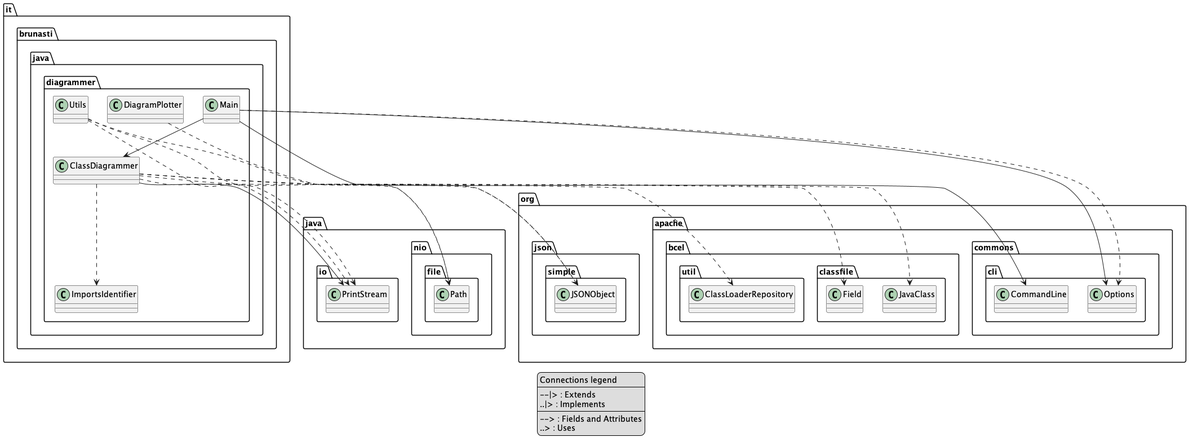
brunasti/java-diagrammer keeps this PlantUML diagram as temp/test-output.png. Above is the earlier version. Source of this version:
```plantuml
@startuml

legend
Connections legend
----
--|> : Extends
..|> : Implements
----
--> : Fields and Attributes
..> : Uses
end legend



class it.brunasti.java.diagrammer.ClassDiagrammer
class it.brunasti.java.diagrammer.Utils
class it.brunasti.java.diagrammer.Main
class it.brunasti.java.diagrammer.ImportsIdentifier
class it.brunasti.java.diagrammer.DiagramPlotter



it.brunasti.java.diagrammer.ClassDiagrammer --> java.io.PrintStream
it.brunasti.java.diagrammer.Main --> org.apache.commons.cli.CommandLine
it.brunasti.java.diagrammer.Main --> it.brunasti.java.diagrammer.ClassDiagrammer
it.brunasti.java.diagrammer.Main --> org.apache.commons.cli.Options

it.brunasti.java.diagrammer.ClassDiagrammer ..> java.io.PrintStream
it.brunasti.java.diagrammer.ClassDiagrammer ..> org.json.simple.JSONObject
it.brunasti.java.diagrammer.ClassDiagrammer ..> org.apache.bcel.classfile.JavaClass
it.brunasti.java.diagrammer.ClassDiagrammer ..> org.apache.bcel.classfile.Field
it.brunasti.java.diagrammer.ClassDiagrammer ..> org.apache.bcel.util.ClassLoaderRepository
it.brunasti.java.diagrammer.ClassDiagrammer ..> it.brunasti.java.diagrammer.ImportsIdentifier
it.brunasti.java.diagrammer.Utils ..> java.io.PrintStream
it.brunasti.java.diagrammer.Utils ..> org.json.simple.JSONObject
it.brunasti.java.diagrammer.Utils ..> java.nio.file.Path
it.brunasti.java.diagrammer.Main ..> org.apache.commons.cli.Options
it.brunasti.java.diagrammer.DiagramPlotter ..> java.nio.file.Path



@enduml
```
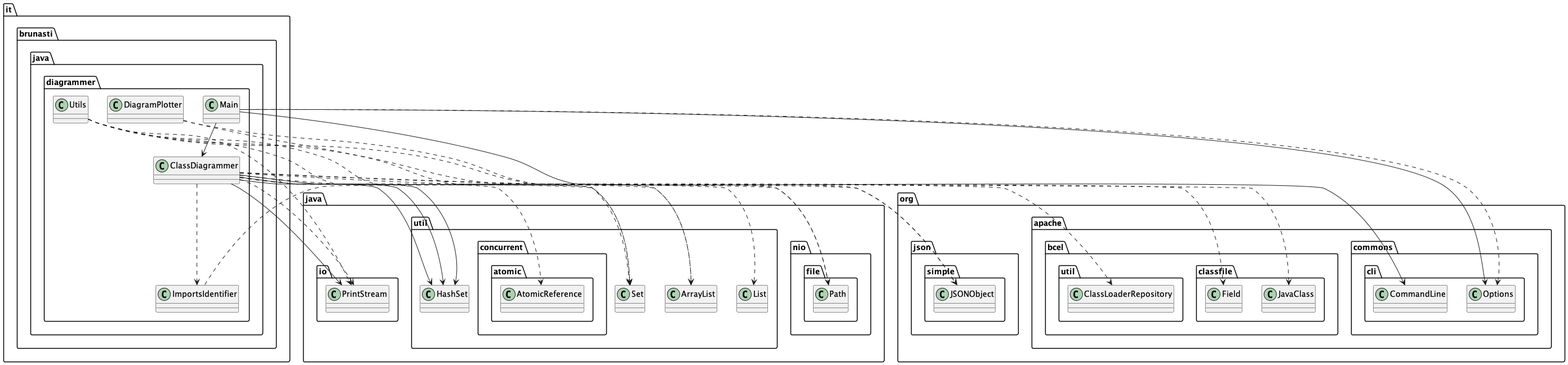
After the change.

Change to the diagram source:
```diff
@@ -1,14 +1,5 @@
 @startuml
 
-legend
-Connections legend
-----
---|> : Extends
-..|> : Implements
-----
---> : Fields and Attributes
-..> : Uses
-end legend
 
 
 
@@ -21,20 +12,30 @@
 
 
 it.brunasti.java.diagrammer.ClassDiagrammer --> java.io.PrintStream
+it.brunasti.java.diagrammer.ClassDiagrammer --> java.util.HashSet
+it.brunasti.java.diagrammer.ClassDiagrammer --> java.util.HashSet
+it.brunasti.java.diagrammer.ClassDiagrammer --> java.util.HashSet
 it.brunasti.java.diagrammer.Main --> org.apache.commons.cli.CommandLine
 it.brunasti.java.diagrammer.Main --> it.brunasti.java.diagrammer.ClassDiagrammer
 it.brunasti.java.diagrammer.Main --> org.apache.commons.cli.Options
 
 it.brunasti.java.diagrammer.ClassDiagrammer ..> java.io.PrintStream
+it.brunasti.java.diagrammer.ClassDiagrammer ..> java.util.Set
 it.brunasti.java.diagrammer.ClassDiagrammer ..> org.json.simple.JSONObject
 it.brunasti.java.diagrammer.ClassDiagrammer ..> org.apache.bcel.classfile.JavaClass
 it.brunasti.java.diagrammer.ClassDiagrammer ..> org.apache.bcel.classfile.Field
+it.brunasti.java.diagrammer.ClassDiagrammer ..> java.util.ArrayList
 it.brunasti.java.diagrammer.ClassDiagrammer ..> org.apache.bcel.util.ClassLoaderRepository
 it.brunasti.java.diagrammer.ClassDiagrammer ..> it.brunasti.java.diagrammer.ImportsIdentifier
+it.brunasti.java.diagrammer.ClassDiagrammer ..> java.util.concurrent.atomic.AtomicReference
 it.brunasti.java.diagrammer.Utils ..> java.io.PrintStream
+it.brunasti.java.diagrammer.Utils ..> java.util.ArrayList
+it.brunasti.java.diagrammer.Utils ..> java.util.Set
 it.brunasti.java.diagrammer.Utils ..> org.json.simple.JSONObject
 it.brunasti.java.diagrammer.Utils ..> java.nio.file.Path
 it.brunasti.java.diagrammer.Main ..> org.apache.commons.cli.Options
+it.brunasti.java.diagrammer.ImportsIdentifier ..> java.util.Set
+it.brunasti.java.diagrammer.DiagramPlotter ..> java.util.List
 it.brunasti.java.diagrammer.DiagramPlotter ..> java.nio.file.Path
 
 
```
